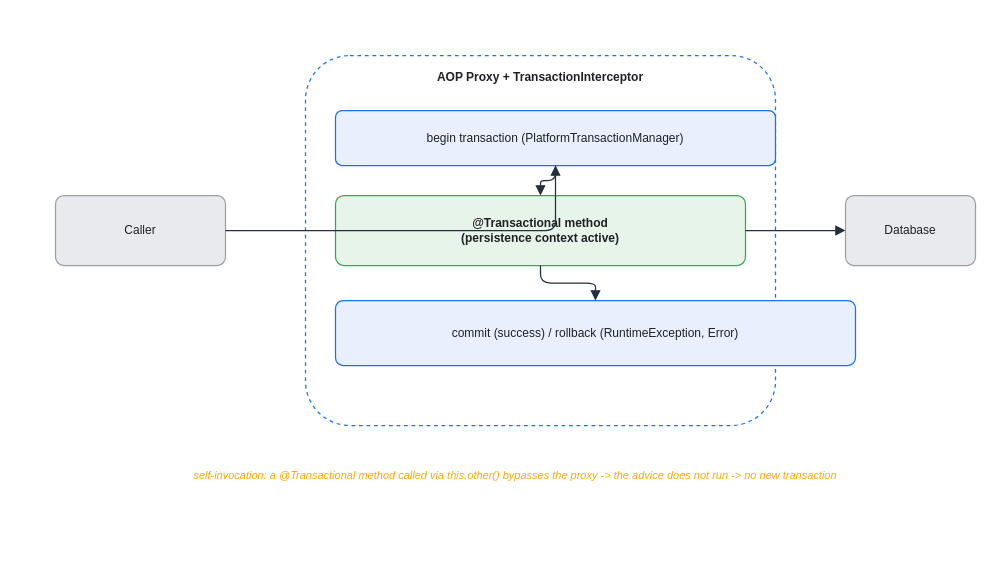
This is assets/img/spring/spring-17-transactional-proxy.drawio from KKamJi98/kkamji98.github.io, a draw.io file, before an edit. Source tidied: cells renumbered, new cells numbered last; positions are measured from the earlier drawing's top-left corner, leaving out a move shared by most shapes. Both pictures are drawn from the tidied source at 100%, with x=0, y=0 at pixel (55, 55).
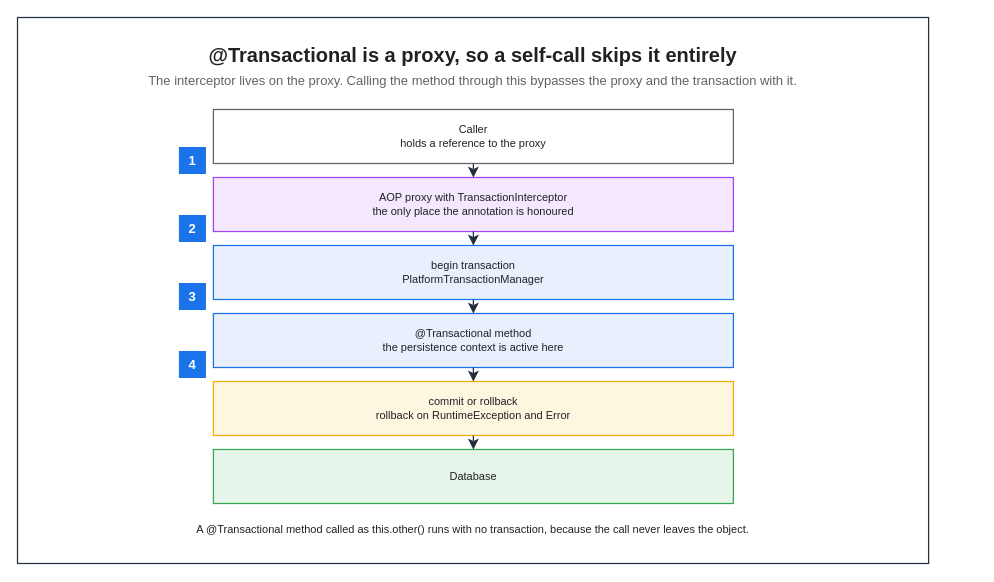
After the change.

Diff of the diagram source:
```diff
@@
+    <mxCell id="13" style="rounded=0;html=0;fillColor=none;strokeColor=#232F3E;fontColor=#202124;strokeWidth=1.25;" parent="1" vertex="1">
+      <mxGeometry x="-38" y="-38" width="911.1" height="546" as="geometry" />
+    </mxCell>
+    <mxCell id="14" value="@Transactional is a proxy, so a self-call skips it entirely" style="text;html=0;whiteSpace=wrap;fillColor=none;strokeColor=none;fontColor=#202124;fontSize=20;fontStyle=1;align=center;verticalAlign=middle;" parent="1" vertex="1">
+      <mxGeometry x="-16" y="-16" width="867.1" height="30" as="geometry" />
+    </mxCell>
+    <mxCell id="15" value="The interceptor lives on the proxy. Calling the method through this bypasses the proxy and the transaction with it." style="text;html=0;whiteSpace=wrap;fillColor=none;strokeColor=none;fontColor=#5F6368;fontSize=13;fontStyle=0;align=center;verticalAlign=middle;" parent="1" vertex="1">
+      <mxGeometry x="-16" y="14" width="867.1" height="22" as="geometry" />
+    </mxCell>
-    <mxCell id="2" value="Caller" style="rounded=1;whiteSpace=wrap;html=0;arcSize=12;shadow=0;fillColor=#E8EAED;strokeColor=#9AA0A6;fontColor=#202124;strokeWidth=1.25;" parent="1" vertex="1">
-      <mxGeometry y="140" width="170" height="70" as="geometry" />
+    <mxCell id="2" value="Caller&#10;holds a reference to the proxy" style="rounded=0;whiteSpace=wrap;html=0;fillColor=#FFFFFF;strokeColor=#5F6368;fontColor=#202124;fontSize=11;fontStyle=0;align=center;verticalAlign=middle;spacingLeft=6;spacingRight=6;strokeWidth=1.25;" parent="1" vertex="1">
+      <mxGeometry x="157.9" y="54" width="520" height="54" as="geometry" />
     </mxCell>
-    <mxCell id="3" value="AOP Proxy + TransactionInterceptor" style="rounded=1;whiteSpace=wrap;html=0;arcSize=12;shadow=0;fillColor=#FFFFFF;strokeColor=#1A73E8;fontColor=#202124;fontStyle=1;verticalAlign=top;align=center;dashed=1;spacingTop=8;strokeWidth=1.25;" parent="1" vertex="1">
-      <mxGeometry x="250" width="470" height="370" as="geometry" />
+    <mxCell id="3" value="AOP proxy with TransactionInterceptor&#10;the only place the annotation is honoured" style="rounded=0;whiteSpace=wrap;html=0;fillColor=#F3E8FD;strokeColor=#A142F4;fontColor=#202124;fontSize=11;fontStyle=0;align=center;verticalAlign=middle;spacingLeft=6;spacingRight=6;strokeWidth=1.25;" parent="1" vertex="1">
+      <mxGeometry x="157.9" y="122" width="520" height="54" as="geometry" />
     </mxCell>
-    <mxCell id="4" value="begin transaction (PlatformTransactionManager)" style="rounded=1;whiteSpace=wrap;html=0;arcSize=12;shadow=0;fillColor=#E8F0FE;strokeColor=#1A73E8;fontColor=#202124;strokeWidth=1.25;" parent="1" vertex="1">
-      <mxGeometry x="280" y="55" width="440" height="55" as="geometry" />
+    <mxCell id="4" value="begin transaction&#10;PlatformTransactionManager" style="rounded=0;whiteSpace=wrap;html=0;fillColor=#E8F0FE;strokeColor=#1A73E8;fontColor=#202124;fontSize=11;fontStyle=0;align=center;verticalAlign=middle;spacingLeft=6;spacingRight=6;strokeWidth=1.25;" parent="1" vertex="1">
+      <mxGeometry x="157.9" y="190" width="520" height="54" as="geometry" />
     </mxCell>
-    <mxCell id="5" value="@Transactional method&#10;(persistence context active)" style="rounded=1;whiteSpace=wrap;html=0;arcSize=12;shadow=0;fillColor=#E6F4EA;strokeColor=#34A853;fontColor=#202124;fontStyle=1;strokeWidth=1.25;" parent="1" vertex="1">
-      <mxGeometry x="280" y="140" width="410" height="70" as="geometry" />
+    <mxCell id="5" value="@Transactional method&#10;the persistence context is active here" style="rounded=0;whiteSpace=wrap;html=0;fillColor=#E8F0FE;strokeColor=#1A73E8;fontColor=#202124;fontSize=11;fontStyle=0;align=center;verticalAlign=middle;spacingLeft=6;spacingRight=6;strokeWidth=1.25;" parent="1" vertex="1">
+      <mxGeometry x="157.9" y="258" width="520" height="54" as="geometry" />
     </mxCell>
-    <mxCell id="6" value="commit (success)  /  rollback (RuntimeException, Error)" style="rounded=1;whiteSpace=wrap;html=0;arcSize=12;shadow=0;fillColor=#E8F0FE;strokeColor=#1A73E8;fontColor=#202124;strokeWidth=1.25;" parent="1" vertex="1">
-      <mxGeometry x="280" y="245" width="520" height="65" as="geometry" />
+    <mxCell id="6" value="commit or rollback&#10;rollback on RuntimeException and Error" style="rounded=0;whiteSpace=wrap;html=0;fillColor=#FEF7E0;strokeColor=#F9AB00;fontColor=#202124;fontSize=11;fontStyle=0;align=center;verticalAlign=middle;spacingLeft=6;spacingRight=6;strokeWidth=1.25;" parent="1" vertex="1">
+      <mxGeometry x="157.9" y="326" width="520" height="54" as="geometry" />
     </mxCell>
-    <mxCell id="7" value="Database" style="rounded=1;whiteSpace=wrap;html=0;arcSize=12;shadow=0;fillColor=#E8EAED;strokeColor=#9AA0A6;fontColor=#202124;strokeWidth=1.25;" parent="1" vertex="1">
-      <mxGeometry x="790" y="140" width="130" height="70" as="geometry" />
+    <mxCell id="7" value="Database" style="rounded=0;whiteSpace=wrap;html=0;fillColor=#E6F4EA;strokeColor=#34A853;fontColor=#202124;fontSize=11;fontStyle=0;align=center;verticalAlign=middle;spacingLeft=6;spacingRight=6;strokeWidth=1.25;" parent="1" vertex="1">
+      <mxGeometry x="157.9" y="394" width="520" height="54" as="geometry" />
     </mxCell>
-    <mxCell id="8" value="self-invocation: a @Transactional method called via this.other() bypasses the proxy -&gt; the advice does not run -&gt; no new transaction" style="text;html=0;align=center;verticalAlign=middle;whiteSpace=wrap;fontSize=11;fontColor=#F9AB00;fontStyle=2;" parent="1" vertex="1">
-      <mxGeometry x="10" y="400" width="900" height="40" as="geometry" />
+    <mxCell id="8" value="A @Transactional method called as this.other() runs with no transaction, because the call never leaves the object." style="text;html=0;whiteSpace=wrap;fillColor=none;strokeColor=none;fontColor=#202124;fontSize=11;fontStyle=0;align=center;verticalAlign=middle;" parent="1" vertex="1">
+      <mxGeometry x="47.9" y="462" width="739" height="24" as="geometry" />
     </mxCell>
-    <mxCell id="9" style="edgeStyle=orthogonalEdgeStyle;rounded=1;html=0;endArrow=block;strokeColor=#232F3E;fontColor=#202124;labelBackgroundColor=none;strokeWidth=1.25;endSize=7;" parent="1" edge="1" source="2" target="4">
-      <mxGeometry relative="1" as="geometry" />
-    </mxCell>
+    <mxCell id="16" value="1" style="rounded=0;whiteSpace=wrap;html=0;fillColor=#1A73E8;strokeColor=#1A73E8;fontColor=#FFFFFF;fontSize=13;fontStyle=1;align=center;verticalAlign=middle;" parent="1" vertex="1">
+      <mxGeometry x="123.9" y="92" width="26" height="26" as="geometry" />
+    </mxCell>
+    <mxCell id="17" value="2" style="rounded=0;whiteSpace=wrap;html=0;fillColor=#1A73E8;strokeColor=#1A73E8;fontColor=#FFFFFF;fontSize=13;fontStyle=1;align=center;verticalAlign=middle;" parent="1" vertex="1">
+      <mxGeometry x="123.9" y="160" width="26" height="26" as="geometry" />
+    </mxCell>
+    <mxCell id="18" value="3" style="rounded=0;whiteSpace=wrap;html=0;fillColor=#1A73E8;strokeColor=#1A73E8;fontColor=#FFFFFF;fontSize=13;fontStyle=1;align=center;verticalAlign=middle;" parent="1" vertex="1">
+      <mxGeometry x="123.9" y="228" width="26" height="26" as="geometry" />
+    </mxCell>
+    <mxCell id="19" value="4" style="rounded=0;whiteSpace=wrap;html=0;fillColor=#1A73E8;strokeColor=#1A73E8;fontColor=#FFFFFF;fontSize=13;fontStyle=1;align=center;verticalAlign=middle;" parent="1" vertex="1">
+      <mxGeometry x="123.9" y="296" width="26" height="26" as="geometry" />
+    </mxCell>
+    <mxCell id="20" style="edgeStyle=orthogonalEdgeStyle;rounded=0;html=0;strokeColor=#232F3E;strokeWidth=1.25;endArrow=classic;endFill=1;endSize=7;fontSize=11;fontColor=#202124;labelBackgroundColor=none;jettySize=14;exitX=0.5;exitY=1;entryX=0.5;entryY=0;exitDx=0;exitDy=0;entryDx=0;entryDy=0;" parent="1" edge="1" source="2" target="3">
+      <mxGeometry relative="1" as="geometry" />
+    </mxCell>
+    <mxCell id="21" style="edgeStyle=orthogonalEdgeStyle;rounded=0;html=0;strokeColor=#232F3E;strokeWidth=1.25;endArrow=classic;endFill=1;endSize=7;fontSize=11;fontColor=#202124;labelBackgroundColor=none;jettySize=14;exitX=0.5;exitY=1;entryX=0.5;entryY=0;exitDx=0;exitDy=0;entryDx=0;entryDy=0;" parent="1" edge="1" source="3" target="4">
+      <mxGeometry relative="1" as="geometry" />
+    </mxCell>
-    <mxCell id="10" style="edgeStyle=orthogonalEdgeStyle;rounded=1;html=0;endArrow=block;strokeColor=#232F3E;strokeWidth=1.25;endSize=7;fontColor=#202124;" parent="1" edge="1" source="4" target="5">
+    <mxCell id="10" style="edgeStyle=orthogonalEdgeStyle;rounded=0;html=0;strokeColor=#232F3E;strokeWidth=1.25;endArrow=classic;endFill=1;endSize=7;fontSize=11;fontColor=#202124;labelBackgroundColor=none;jettySize=14;exitX=0.5;exitY=1;entryX=0.5;entryY=0;exitDx=0;exitDy=0;entryDx=0;entryDy=0;" parent="1" edge="1" source="4" target="5">
       <mxGeometry relative="1" as="geometry" />
     </mxCell>
-    <mxCell id="11" style="edgeStyle=orthogonalEdgeStyle;rounded=1;html=0;endArrow=block;strokeColor=#232F3E;strokeWidth=1.25;endSize=7;fontColor=#202124;" parent="1" edge="1" source="5" target="6">
+    <mxCell id="11" style="edgeStyle=orthogonalEdgeStyle;rounded=0;html=0;strokeColor=#232F3E;strokeWidth=1.25;endArrow=classic;endFill=1;endSize=7;fontSize=11;fontColor=#202124;labelBackgroundColor=none;jettySize=14;exitX=0.5;exitY=1;entryX=0.5;entryY=0;exitDx=0;exitDy=0;entryDx=0;entryDy=0;" parent="1" edge="1" source="5" target="6">
       <mxGeometry relative="1" as="geometry" />
     </mxCell>
-    <mxCell id="12" style="edgeStyle=orthogonalEdgeStyle;rounded=1;html=0;endArrow=block;strokeColor=#232F3E;fontColor=#202124;labelBackgroundColor=none;strokeWidth=1.25;endSize=7;" parent="1" edge="1" source="5" target="7">
-      <mxGeometry relative="1" as="geometry" />
-    </mxCell>
+    <mxCell id="22" style="edgeStyle=orthogonalEdgeStyle;rounded=0;html=0;strokeColor=#232F3E;strokeWidth=1.25;endArrow=classic;endFill=1;endSize=7;fontSize=11;fontColor=#202124;labelBackgroundColor=none;jettySize=14;exitX=0.5;exitY=1;entryX=0.5;entryY=0;exitDx=0;exitDy=0;entryDx=0;entryDy=0;" parent="1" edge="1" source="6" target="7">
+      <mxGeometry relative="1" as="geometry" />
+    </mxCell>
```
